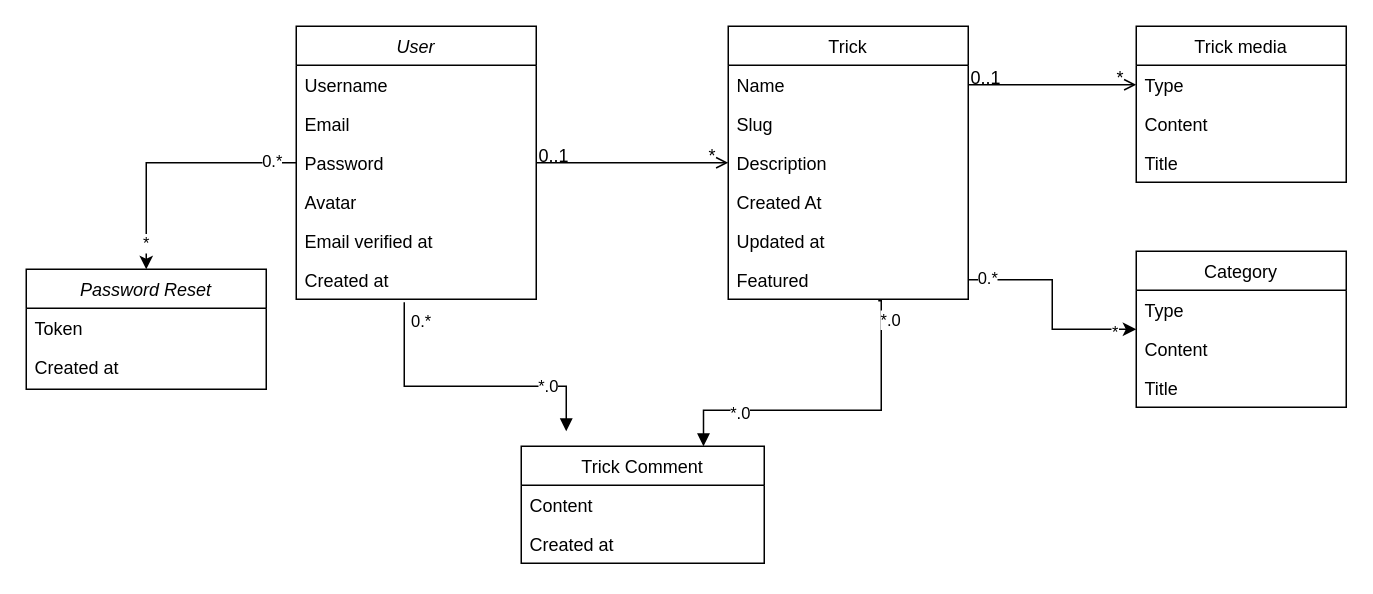
The draw.io diagram UML/Class.drawio in Luca-OpenClassRooms/project_6, before the edit. Source tidied: cells renumbered, new cells numbered last; positions are measured from the earlier drawing's top-left corner, leaving out a move shared by most shapes. Both pictures are drawn from the tidied source at 150%, with x=0, y=0 at pixel (26, 26).
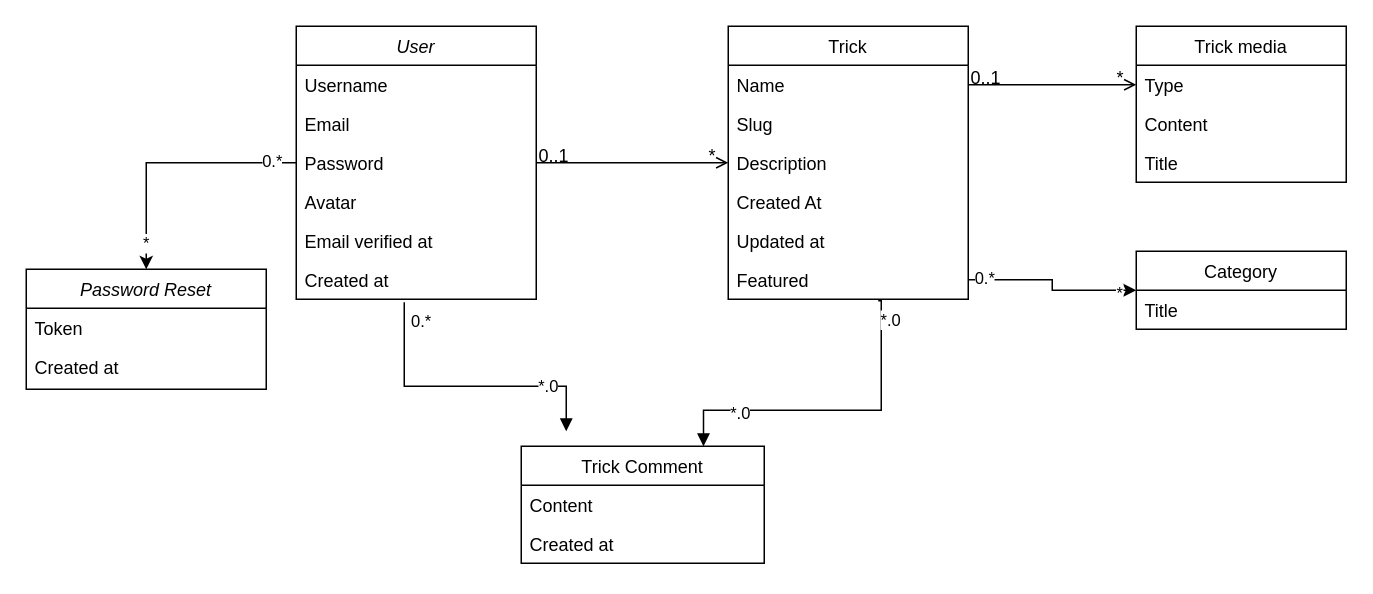
After the change.

Commit message (it also covers changes not shown here):
feat(UML): added jpg images

The edit, as a diff of the source:
```diff
@@
     <mxCell id="36" value="Category" style="swimlane;fontStyle=0;horizontal=1;startSize=26;fillColor=none;" parent="1" vertex="1">
-      <mxGeometry x="740" y="150" width="140" height="104" as="geometry" />
+      <mxGeometry x="740" y="150" width="140" height="52" as="geometry" />
     </mxCell>
-    <mxCell id="37" value="Type    " style="text;strokeColor=none;fillColor=none;align=left;verticalAlign=top;spacingLeft=4;spacingRight=4;overflow=hidden;" parent="36" vertex="1">
-      <mxGeometry y="26" width="140" height="26" as="geometry" />
-    </mxCell>
-    <mxCell id="38" value="Content" style="text;strokeColor=none;fillColor=none;align=left;verticalAlign=top;spacingLeft=4;spacingRight=4;overflow=hidden;" parent="36" vertex="1">
-      <mxGeometry y="52" width="140" height="26" as="geometry" />
-    </mxCell>
     <mxCell id="39" value="Title" style="text;strokeColor=none;fillColor=none;align=left;verticalAlign=top;spacingLeft=4;spacingRight=4;overflow=hidden;" parent="36" vertex="1">
-      <mxGeometry y="78" width="140" height="26" as="geometry" />
+      <mxGeometry y="26" width="140" height="26" as="geometry" />
     </mxCell>
```
